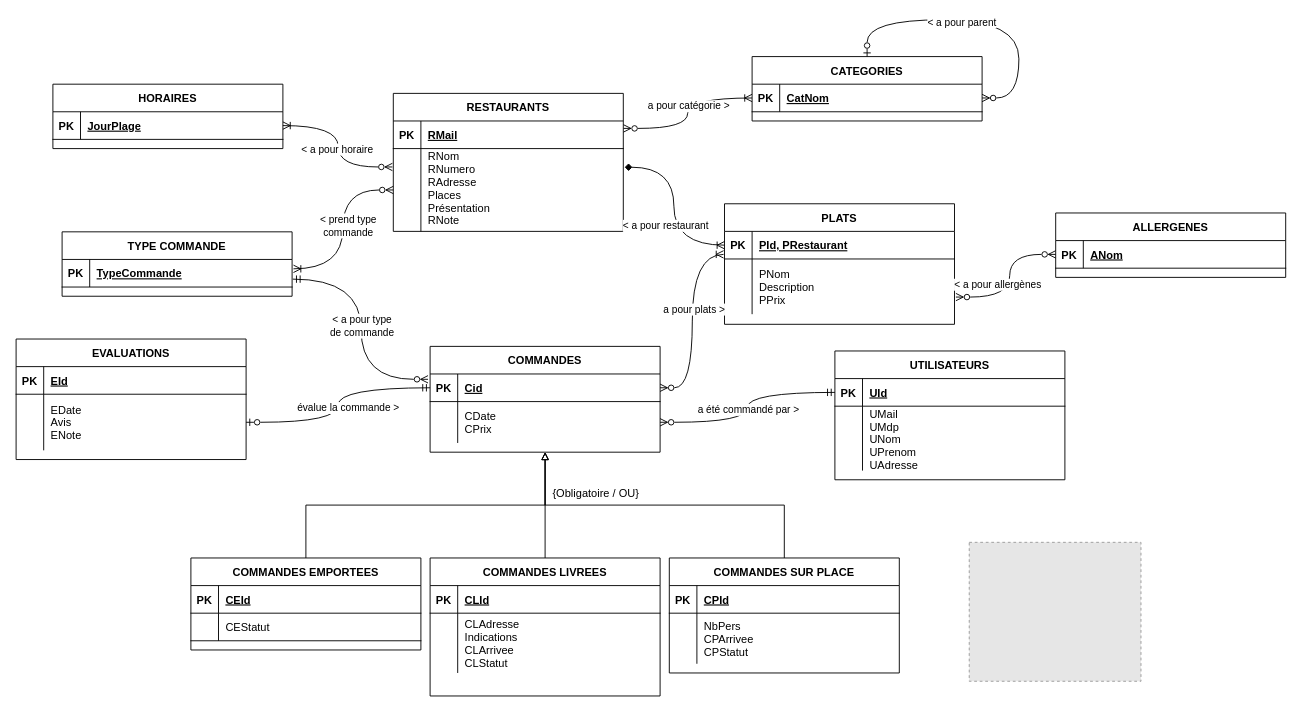
Earlier version of the draw.io diagram modele_entites_associations.drawio (Logan2234/GrenobleEats). Source tidied: cells renumbered, new cells numbered last; positions are measured from the earlier drawing's top-left corner, leaving out a move shared by most shapes. Both pictures are drawn from the tidied source at 92%, with x=0, y=0 at pixel (16, 19). Pictures stored in the file or linked from it are replaced by grey dashed boxes.
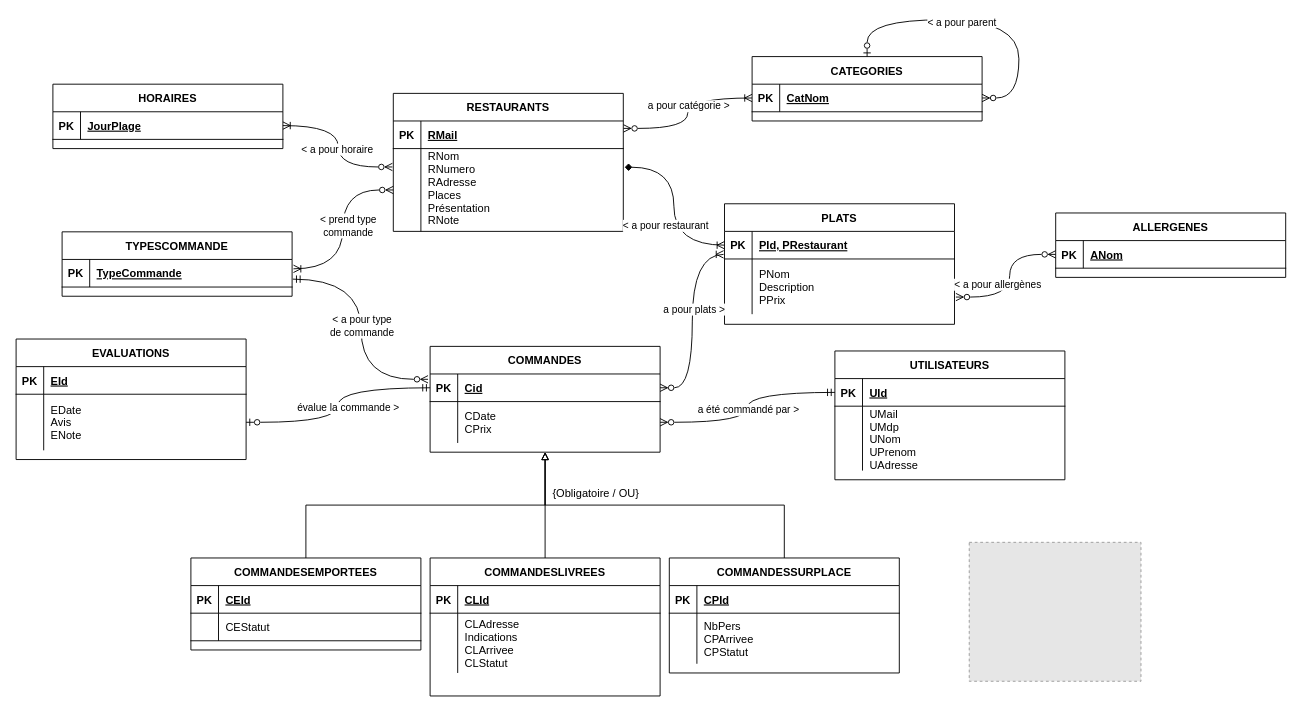
Above is the later version.

Change to the diagram source:
```diff
@@
-    <mxCell id="31" value="COMMANDES LIVREES" style="shape=table;startSize=30;childLayout=tableLayout;rowLines=0;fontStyle=1;align=center;" parent="1" vertex="1">
+    <mxCell id="31" value="COMMANDESLIVREES" style="shape=table;startSize=30;childLayout=tableLayout;rowLines=0;fontStyle=1;align=center;" parent="1" vertex="1">
       <mxGeometry x="450" y="585" width="250" height="150" as="geometry" />
     </mxCell>
@@
-    <mxCell id="39" value="COMMANDES SUR PLACE" style="shape=table;startSize=30;childLayout=tableLayout;rowLines=0;fontStyle=1;align=center;" parent="1" vertex="1">
+    <mxCell id="39" value="COMMANDESSURPLACE" style="shape=table;startSize=30;childLayout=tableLayout;rowLines=0;fontStyle=1;align=center;" parent="1" vertex="1">
       <mxGeometry x="710" y="585" width="250" height="125" as="geometry" />
     </mxCell>
@@
-    <mxCell id="47" value="COMMANDES EMPORTEES" style="shape=table;startSize=30;childLayout=tableLayout;rowLines=0;fontStyle=1;align=center;" parent="1" vertex="1">
+    <mxCell id="47" value="COMMANDESEMPORTEES" style="shape=table;startSize=30;childLayout=tableLayout;rowLines=0;fontStyle=1;align=center;" parent="1" vertex="1">
       <mxGeometry x="190" y="585" width="250" height="100" as="geometry" />
     </mxCell>
@@
-    <mxCell id="67" value="TYPE COMMANDE" style="shape=table;startSize=30;childLayout=tableLayout;rowLines=0;fontStyle=1;align=center;" parent="1" vertex="1">
+    <mxCell id="67" value="TYPESCOMMANDE" style="shape=table;startSize=30;childLayout=tableLayout;rowLines=0;fontStyle=1;align=center;" parent="1" vertex="1">
       <mxGeometry x="50" y="230.5" width="250" height="70" as="geometry" />
     </mxCell>
```
